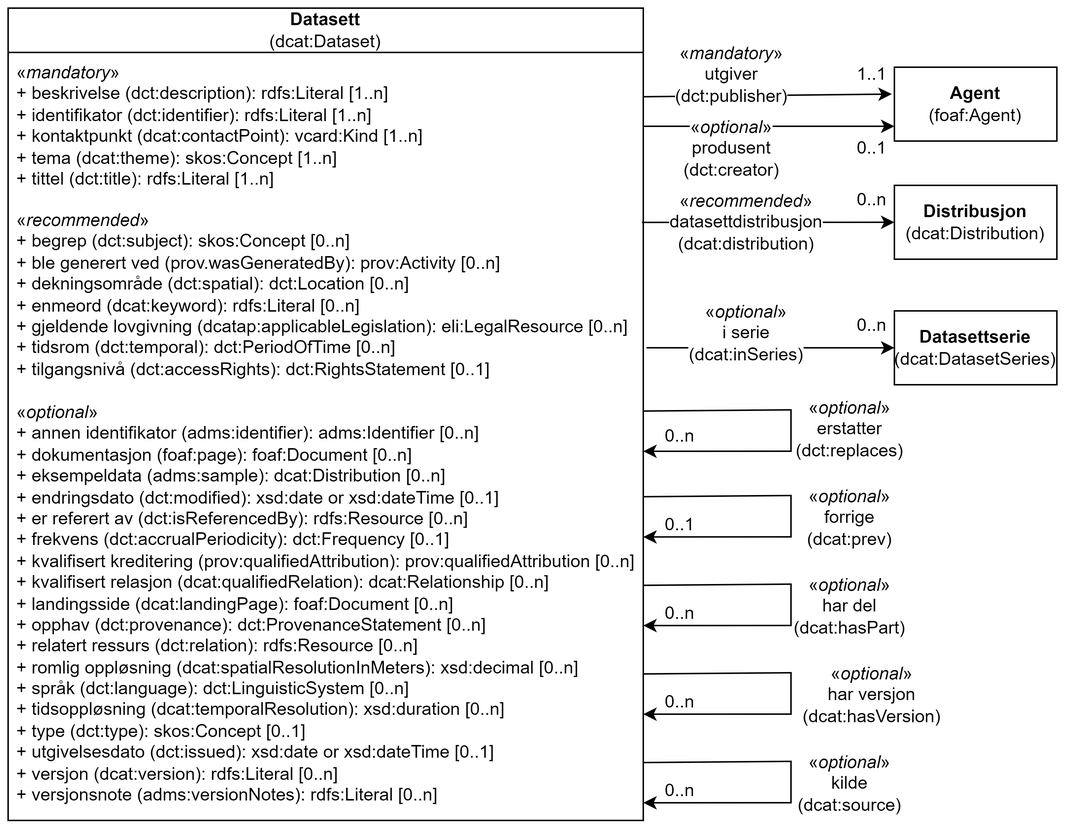
Before: docs/images/Klassen-datasett.png, a diagram exported from draw.io (Informasjonsforvaltning/dcat-ap-no). Source tidied: cells renumbered, new cells last; positions are measured from the earlier drawing's top-left corner, leaving out a move shared by most shapes.
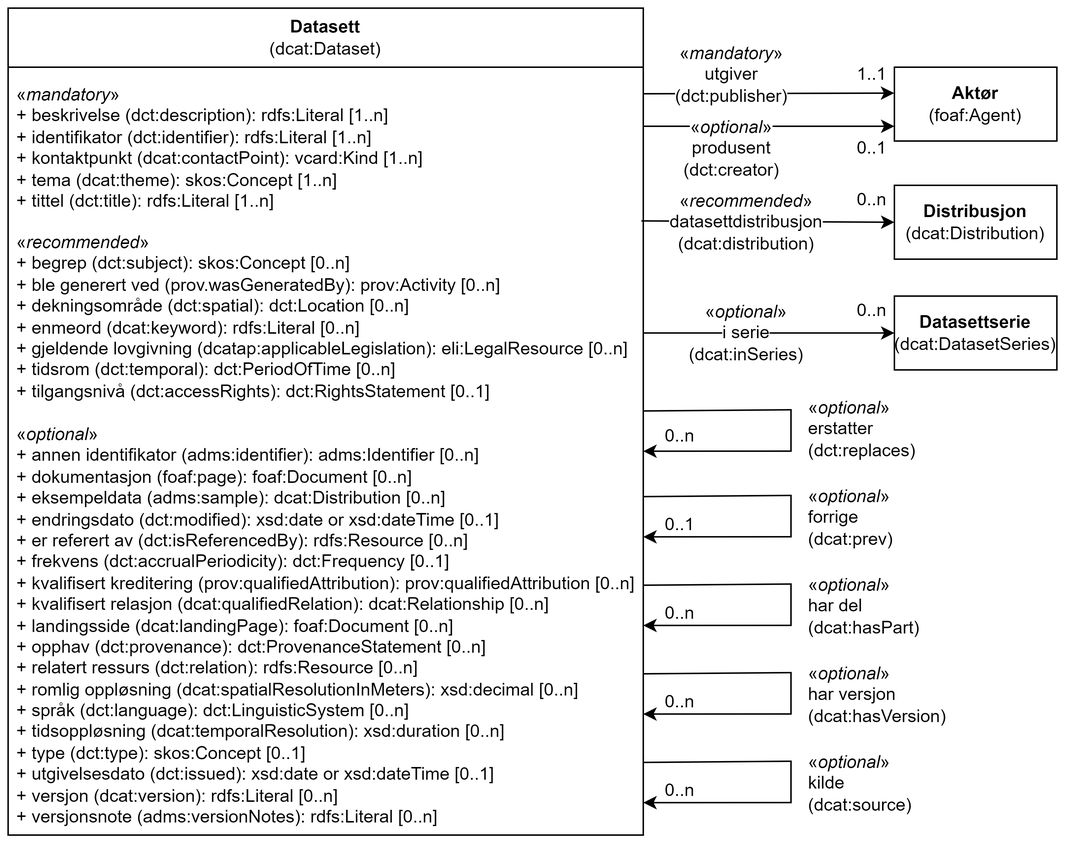
After the change.

What changed in the source:
```diff
@@ -2,17 +2,17 @@
   <root>
     <mxCell id="0" />
     <mxCell id="1" parent="0" />
-    <mxCell id="2" value="Datasett&lt;br&gt;&lt;span style=&quot;font-weight: normal;&quot;&gt;(dcat:Dataset)&lt;/span&gt;" style="swimlane;whiteSpace=wrap;html=1;startSize=30;" parent="1" vertex="1">
-      <mxGeometry width="430" height="550" as="geometry" />
+    <mxCell id="2" value="Datasett&lt;br&gt;&lt;span style=&quot;font-weight: normal;&quot;&gt;(dcat:Dataset)&lt;/span&gt;" style="swimlane;whiteSpace=wrap;html=1;startSize=40;" parent="1" vertex="1">
+      <mxGeometry width="430" height="560" as="geometry" />
     </mxCell>
     <mxCell id="3" value="«&lt;i&gt;mandatory&lt;/i&gt;»&lt;br&gt;+ beskrivelse (dct:description): rdfs:Literal [1..n]&lt;br&gt;+ identifikator (dct:identifier): rdfs:Literal [1..n]&lt;br&gt;+ kontaktpunkt (dcat:contactPoint): vcard:Kind [1..n]&lt;br&gt;+ tema (dcat:theme): skos:Concept [1..n]&lt;br&gt;+ tittel (dct:title): rdfs:Literal [1..n]" style="text;strokeColor=none;fillColor=none;align=left;verticalAlign=top;spacingLeft=4;spacingRight=4;overflow=hidden;whiteSpace=wrap;html=1;" parent="2" vertex="1">
-      <mxGeometry y="30" width="300" height="100" as="geometry" />
+      <mxGeometry y="45" width="300" height="100" as="geometry" />
     </mxCell>
     <mxCell id="4" value="«&lt;i&gt;recommended&lt;/i&gt;»&lt;br&gt;+ begrep (dct:subject): skos:Concept [0..n]&lt;br&gt;+ ble generert ved (prov.wasGeneratedBy): prov:Activity [0..n]&lt;br&gt;+ dekningsområde (dct:spatial): dct:Location [0..n]&lt;br&gt;+ enmeord (dcat:keyword): rdfs:Literal [0..n]&lt;br&gt;+ gjeldende lovgivning (dcatap:applicableLegislation): eli:LegalResource [0..n]&lt;br&gt;+ tidsrom (dct:temporal): dct:PeriodOfTime [0..n]&lt;br&gt;+&amp;nbsp;tilgangsnivå (dct:accessRights):&amp;nbsp;dct:RightsStatement [0..1]" style="text;strokeColor=none;fillColor=none;align=left;verticalAlign=top;spacingLeft=4;spacingRight=4;overflow=hidden;points=[[0,0.5],[1,0.5]];portConstraint=eastwest;whiteSpace=wrap;html=1;" parent="2" vertex="1">
-      <mxGeometry y="130" width="430" height="130" as="geometry" />
+      <mxGeometry y="145" width="430" height="130" as="geometry" />
     </mxCell>
     <mxCell id="5" value="«&lt;i&gt;optional&lt;/i&gt;»&lt;br&gt;+ annen identifikator (adms:identifier): adms:Identifier [0..n]&lt;br&gt;+ dokumentasjon (foaf:page): foaf:Document [0..n]&lt;br&gt;+ eksempeldata (adms:sample): dcat:Distribution [0..n]&lt;br&gt;+ endringsdato (dct:modified): xsd:date or xsd:dateTime [0..1]&lt;br&gt;+ er referert av (dct:isReferencedBy): rdfs:Resource [0..n]&lt;br&gt;+ frekvens (dct:accrualPeriodicity): dct:Frequency [0..1]&lt;br&gt;+ kvalifisert kreditering (prov:qualifiedAttribution): prov:qualifiedAttribution [0..n]&lt;br&gt;+ kvalifisert relasjon (dcat:qualifiedRelation): dcat:Relationship [0..n]&lt;br&gt;+ landingsside (dcat:landingPage): foaf:Document [0..n]&lt;br&gt;+ opphav (dct:provenance): dct:ProvenanceStatement [0..n]&lt;br&gt;+ relatert ressurs (dct:relation): rdfs:Resource [0..n]&lt;br&gt;+ romlig oppløsning (dcat:spatialResolutionInMeters): xsd:decimal [0..n]&lt;br&gt;+ språk (dct:language): dct:LinguisticSystem [0..n]&lt;br&gt;+ tidsoppløsning (dcat:temporalResolution): xsd:duration [0..n]&lt;br&gt;+ type (dct:type): skos:Concept [0..1]&lt;br&gt;+ utgivelsesdato (dct:issued): xsd:date or xsd:dateTime [0..1]&lt;br&gt;+ versjon (dcat:version): rdfs:Literal [0..n]&lt;br&gt;+ versjonsnote (adms:versionNotes): rdfs:Literal [0..n]&lt;br&gt;" style="text;strokeColor=none;fillColor=none;align=left;verticalAlign=top;spacingLeft=4;spacingRight=4;overflow=hidden;whiteSpace=wrap;html=1;" parent="2" vertex="1">
-      <mxGeometry y="260" width="430" height="290" as="geometry" />
+      <mxGeometry y="275" width="430" height="290" as="geometry" />
     </mxCell>
     <mxCell id="6" style="endArrow=classic;html=1;rounded=0;exitX=1.001;exitY=0.32;exitDx=0;exitDy=0;exitPerimeter=0;entryX=1;entryY=0.414;entryDx=0;entryDy=0;entryPerimeter=0;" parent="2" edge="1">
       <mxGeometry relative="1" as="geometry">
@@ -24,33 +24,33 @@
         </Array>
       </mxGeometry>
     </mxCell>
-    <mxCell id="7" value="&lt;b&gt;Agent&lt;/b&gt;&lt;br&gt;(foaf:Agent)" style="html=1;whiteSpace=wrap;" parent="1" vertex="1">
+    <mxCell id="7" value="&lt;b&gt;Aktør&lt;/b&gt;&lt;br&gt;(foaf:Agent)" style="html=1;whiteSpace=wrap;" parent="1" vertex="1">
       <mxGeometry x="600" y="40" width="110" height="50" as="geometry" />
     </mxCell>
     <mxCell id="8" value="&lt;b&gt;Distribusjon&lt;/b&gt;&lt;br&gt;(dcat:Distribution)" style="html=1;whiteSpace=wrap;" parent="1" vertex="1">
       <mxGeometry x="600" y="120" width="110" height="50" as="geometry" />
     </mxCell>
-    <mxCell id="9" value="&lt;span style=&quot;background-color: rgb(255, 255, 255);&quot;&gt;«&lt;i style=&quot;border-color: var(--border-color); text-align: left;&quot;&gt;optional&lt;/i&gt;&lt;span style=&quot;text-align: left;&quot;&gt;»&lt;br&gt;&lt;/span&gt;erstatter&lt;br&gt;(dct:replaces)&lt;/span&gt;" style="text;html=1;strokeColor=none;fillColor=none;align=center;verticalAlign=middle;whiteSpace=wrap;rounded=0;" parent="1" vertex="1">
+    <mxCell id="9" value="&lt;span style=&quot;background-color: rgb(255, 255, 255);&quot;&gt;«&lt;i style=&quot;border-color: var(--border-color);&quot;&gt;optional&lt;/i&gt;&lt;span style=&quot;&quot;&gt;»&lt;br&gt;&lt;/span&gt;erstatter&lt;br&gt;(dct:replaces)&lt;/span&gt;" style="text;html=1;strokeColor=none;fillColor=none;align=left;verticalAlign=middle;whiteSpace=wrap;rounded=0;" parent="1" vertex="1">
       <mxGeometry x="540" y="270" width="60" height="30" as="geometry" />
     </mxCell>
-    <mxCell id="10" value="&lt;span style=&quot;background-color: rgb(255, 255, 255);&quot;&gt;«&lt;i style=&quot;border-color: var(--border-color); text-align: left;&quot;&gt;optional&lt;/i&gt;&lt;span style=&quot;text-align: left;&quot;&gt;»&lt;br&gt;&lt;/span&gt;forrige&lt;br&gt;(dcat:prev)&lt;/span&gt;" style="text;html=1;strokeColor=none;fillColor=none;align=center;verticalAlign=middle;whiteSpace=wrap;rounded=0;" parent="1" vertex="1">
+    <mxCell id="10" value="&lt;span style=&quot;background-color: rgb(255, 255, 255);&quot;&gt;«&lt;i style=&quot;border-color: var(--border-color);&quot;&gt;optional&lt;/i&gt;&lt;span style=&quot;&quot;&gt;»&lt;br&gt;&lt;/span&gt;forrige&lt;br&gt;(dcat:prev)&lt;/span&gt;" style="text;html=1;strokeColor=none;fillColor=none;align=left;verticalAlign=middle;whiteSpace=wrap;rounded=0;" parent="1" vertex="1">
       <mxGeometry x="540" y="330" width="60" height="30" as="geometry" />
     </mxCell>
-    <mxCell id="11" value="&lt;span style=&quot;background-color: rgb(255, 255, 255);&quot;&gt;«&lt;i style=&quot;border-color: var(--border-color); text-align: left;&quot;&gt;optional&lt;/i&gt;&lt;span style=&quot;text-align: left;&quot;&gt;»&lt;br&gt;&lt;/span&gt;har del&lt;br&gt;(dcat:hasPart)&lt;/span&gt;" style="text;html=1;strokeColor=none;fillColor=none;align=center;verticalAlign=middle;whiteSpace=wrap;rounded=0;" parent="1" vertex="1">
+    <mxCell id="11" value="&lt;span style=&quot;background-color: rgb(255, 255, 255);&quot;&gt;«&lt;i style=&quot;border-color: var(--border-color);&quot;&gt;optional&lt;/i&gt;&lt;span style=&quot;&quot;&gt;»&lt;br&gt;&lt;/span&gt;har del&lt;br&gt;(dcat:hasPart)&lt;/span&gt;" style="text;html=1;strokeColor=none;fillColor=none;align=left;verticalAlign=middle;whiteSpace=wrap;rounded=0;" parent="1" vertex="1">
       <mxGeometry x="540" y="390" width="60" height="30" as="geometry" />
     </mxCell>
-    <mxCell id="12" value="&lt;span style=&quot;background-color: rgb(255, 255, 255);&quot;&gt;«&lt;i style=&quot;border-color: var(--border-color); text-align: left;&quot;&gt;optional&lt;/i&gt;&lt;span style=&quot;text-align: left;&quot;&gt;»&lt;br&gt;&lt;/span&gt;har versjon&lt;br&gt;(dcat:hasVersion)&lt;/span&gt;" style="text;html=1;strokeColor=none;fillColor=none;align=center;verticalAlign=middle;whiteSpace=wrap;rounded=0;" parent="1" vertex="1">
-      <mxGeometry x="555" y="450" width="60" height="30" as="geometry" />
+    <mxCell id="12" value="&lt;span style=&quot;background-color: rgb(255, 255, 255);&quot;&gt;«&lt;i style=&quot;border-color: var(--border-color);&quot;&gt;optional&lt;/i&gt;&lt;span style=&quot;&quot;&gt;»&lt;br&gt;&lt;/span&gt;har versjon&lt;br&gt;(dcat:hasVersion)&lt;/span&gt;" style="text;html=1;strokeColor=none;fillColor=none;align=left;verticalAlign=middle;whiteSpace=wrap;rounded=0;" parent="1" vertex="1">
+      <mxGeometry x="540" y="450" width="60" height="30" as="geometry" />
     </mxCell>
     <mxCell id="13" value="&lt;b&gt;Datasettserie&lt;/b&gt;&lt;br&gt;(dcat:DatasetSeries)" style="html=1;whiteSpace=wrap;" parent="1" vertex="1">
-      <mxGeometry x="600" y="205" width="110" height="50" as="geometry" />
+      <mxGeometry x="600" y="195" width="110" height="50" as="geometry" />
     </mxCell>
-    <mxCell id="14" value="&lt;span style=&quot;background-color: rgb(255, 255, 255);&quot;&gt;«&lt;i style=&quot;border-color: var(--border-color); text-align: left;&quot;&gt;optional&lt;/i&gt;&lt;span style=&quot;text-align: left;&quot;&gt;»&lt;br&gt;&lt;/span&gt;kilde&lt;br&gt;(dcat:source)&lt;/span&gt;" style="text;html=1;strokeColor=none;fillColor=none;align=center;verticalAlign=middle;whiteSpace=wrap;rounded=0;" parent="1" vertex="1">
+    <mxCell id="14" value="&lt;span style=&quot;background-color: rgb(255, 255, 255);&quot;&gt;«&lt;i style=&quot;border-color: var(--border-color);&quot;&gt;optional&lt;/i&gt;&lt;span style=&quot;&quot;&gt;»&lt;br&gt;&lt;/span&gt;kilde&lt;br&gt;(dcat:source)&lt;/span&gt;" style="text;html=1;strokeColor=none;fillColor=none;align=left;verticalAlign=middle;whiteSpace=wrap;rounded=0;" parent="1" vertex="1">
       <mxGeometry x="540" y="510" width="60" height="30" as="geometry" />
     </mxCell>
-    <mxCell id="15" style="endArrow=classic;html=1;rounded=0;entryX=-0.016;entryY=0.364;entryDx=0;entryDy=0;entryPerimeter=0;" parent="1" edge="1" target="7">
+    <mxCell id="15" style="endArrow=classic;html=1;rounded=0;entryX=-0.001;entryY=0.351;entryDx=0;entryDy=0;entryPerimeter=0;" parent="1" edge="1" target="7">
       <mxGeometry relative="1" as="geometry">
-        <mxPoint x="430" y="60" as="sourcePoint" />
+        <mxPoint x="430" y="58" as="sourcePoint" />
       </mxGeometry>
     </mxCell>
     <mxCell id="16" value="&lt;span style=&quot;background-color: rgb(255, 255, 255);&quot;&gt;«&lt;i style=&quot;border-color: var(--border-color); text-align: left;&quot;&gt;mandatory&lt;/i&gt;&lt;span style=&quot;text-align: left;&quot;&gt;»&lt;br&gt;&lt;/span&gt;utgiver&lt;br&gt;(dct:publisher)&lt;/span&gt;" style="text;html=1;strokeColor=none;fillColor=none;align=center;verticalAlign=middle;whiteSpace=wrap;rounded=0;" parent="1" vertex="1">
@@ -71,7 +71,7 @@
     <mxCell id="20" value="0..1" style="text;html=1;strokeColor=none;fillColor=none;align=center;verticalAlign=middle;whiteSpace=wrap;rounded=0;" parent="1" vertex="1">
       <mxGeometry x="570" y="85" width="30" height="20" as="geometry" />
     </mxCell>
-    <mxCell id="21" style="endArrow=classic;html=1;rounded=0;entryX=0;entryY=0.5;entryDx=0;entryDy=0;exitX=0.998;exitY=0.116;exitDx=0;exitDy=0;exitPerimeter=0;" parent="1" edge="1" source="4" target="8">
+    <mxCell id="21" style="endArrow=classic;html=1;rounded=0;entryX=0;entryY=0.5;entryDx=0;entryDy=0;exitX=0.997;exitY=-0.007;exitDx=0;exitDy=0;exitPerimeter=0;" parent="1" edge="1" source="4" target="8">
       <mxGeometry relative="1" as="geometry" />
     </mxCell>
     <mxCell id="22" value="&lt;span style=&quot;background-color: rgb(255, 255, 255);&quot;&gt;«&lt;i style=&quot;border-color: var(--border-color); text-align: left;&quot;&gt;recommended&lt;/i&gt;&lt;span style=&quot;text-align: left;&quot;&gt;»&lt;br&gt;&lt;/span&gt;datasettdistribusjon&lt;br&gt;(dcat:distribution)&lt;/span&gt;" style="text;html=1;strokeColor=none;fillColor=none;align=center;verticalAlign=middle;whiteSpace=wrap;rounded=0;" parent="1" vertex="1">
@@ -80,14 +80,16 @@
     <mxCell id="23" value="0..n" style="text;html=1;strokeColor=none;fillColor=none;align=center;verticalAlign=middle;whiteSpace=wrap;rounded=0;" parent="1" vertex="1">
       <mxGeometry x="570" y="120" width="30" height="20" as="geometry" />
     </mxCell>
-    <mxCell id="24" style="endArrow=classic;html=1;rounded=0;entryX=0;entryY=0.5;entryDx=0;entryDy=0;exitX=1.005;exitY=0.769;exitDx=0;exitDy=0;exitPerimeter=0;" parent="1" edge="1" source="4" target="13">
-      <mxGeometry relative="1" as="geometry" />
+    <mxCell id="24" style="endArrow=classic;html=1;rounded=0;entryX=0;entryY=0.5;entryDx=0;entryDy=0;" parent="1" edge="1" target="13">
+      <mxGeometry relative="1" as="geometry">
+        <mxPoint x="430" y="220" as="sourcePoint" />
+      </mxGeometry>
     </mxCell>
     <mxCell id="25" value="&lt;span style=&quot;background-color: rgb(255, 255, 255);&quot;&gt;«&lt;i style=&quot;border-color: var(--border-color); text-align: left;&quot;&gt;optional&lt;/i&gt;&lt;span style=&quot;text-align: left;&quot;&gt;»&lt;br&gt;&lt;/span&gt;i serie (dcat:inSeries)&lt;br&gt;&lt;/span&gt;" style="text;html=1;strokeColor=none;fillColor=none;align=center;verticalAlign=middle;whiteSpace=wrap;rounded=0;" parent="1" vertex="1">
       <mxGeometry x="470" y="205" width="60" height="30" as="geometry" />
     </mxCell>
     <mxCell id="26" value="0..n" style="text;html=1;strokeColor=none;fillColor=none;align=center;verticalAlign=middle;whiteSpace=wrap;rounded=0;" parent="1" vertex="1">
-      <mxGeometry x="570" y="205" width="30" height="20" as="geometry" />
+      <mxGeometry x="570" y="195" width="30" height="20" as="geometry" />
     </mxCell>
     <mxCell id="27" style="endArrow=classic;html=1;rounded=0;exitX=1.001;exitY=0.32;exitDx=0;exitDy=0;exitPerimeter=0;entryX=1;entryY=0.414;entryDx=0;entryDy=0;entryPerimeter=0;" parent="1" edge="1">
       <mxGeometry relative="1" as="geometry">
```
